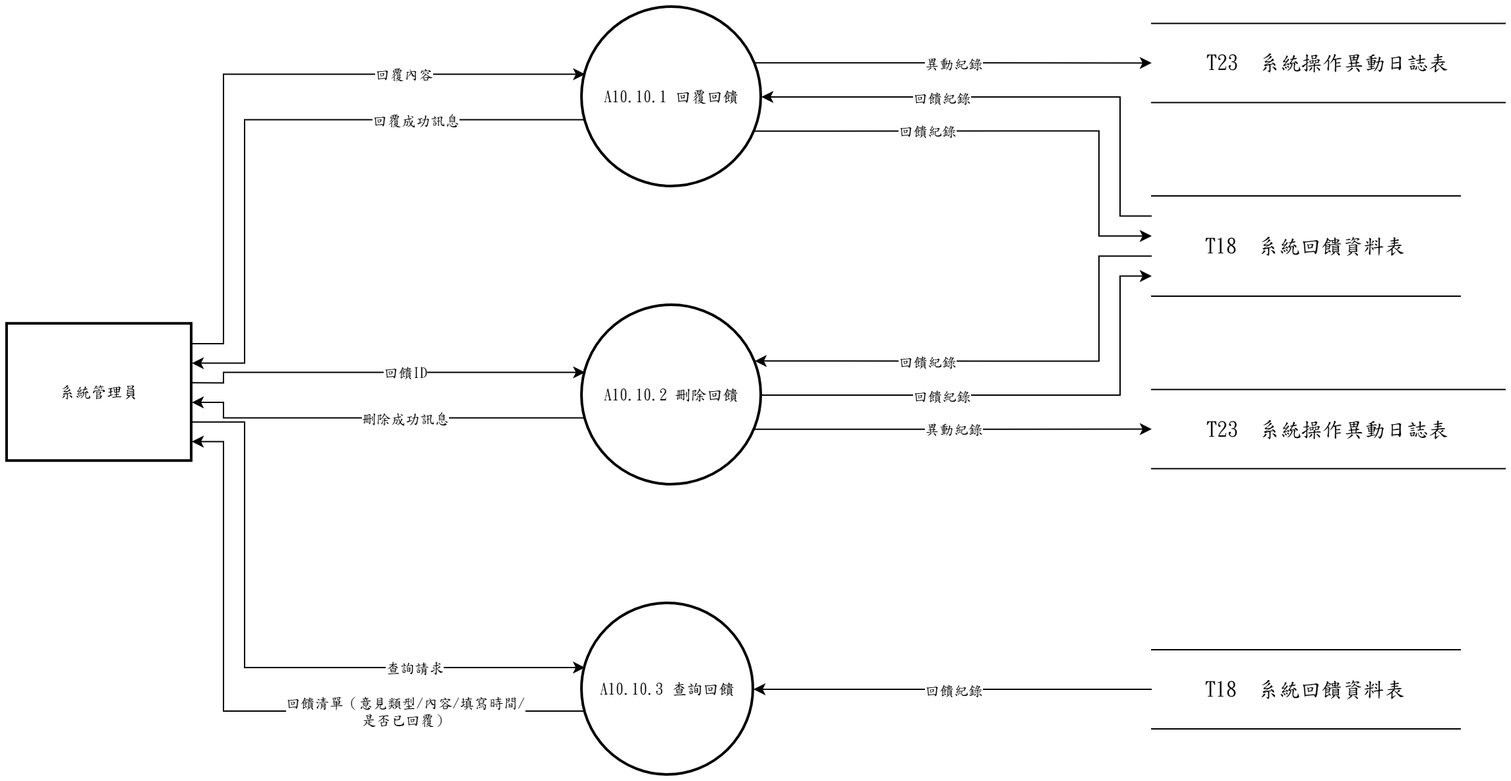
Earlier version of the draw.io export 系統文件/第6章/DFD圖/圖10/新/圖10.10.drawio.png (s22452007/115502). Source tidied: cells renumbered, new cells last; positions are measured from the earlier drawing's top-left corner, leaving out a move shared by most shapes.
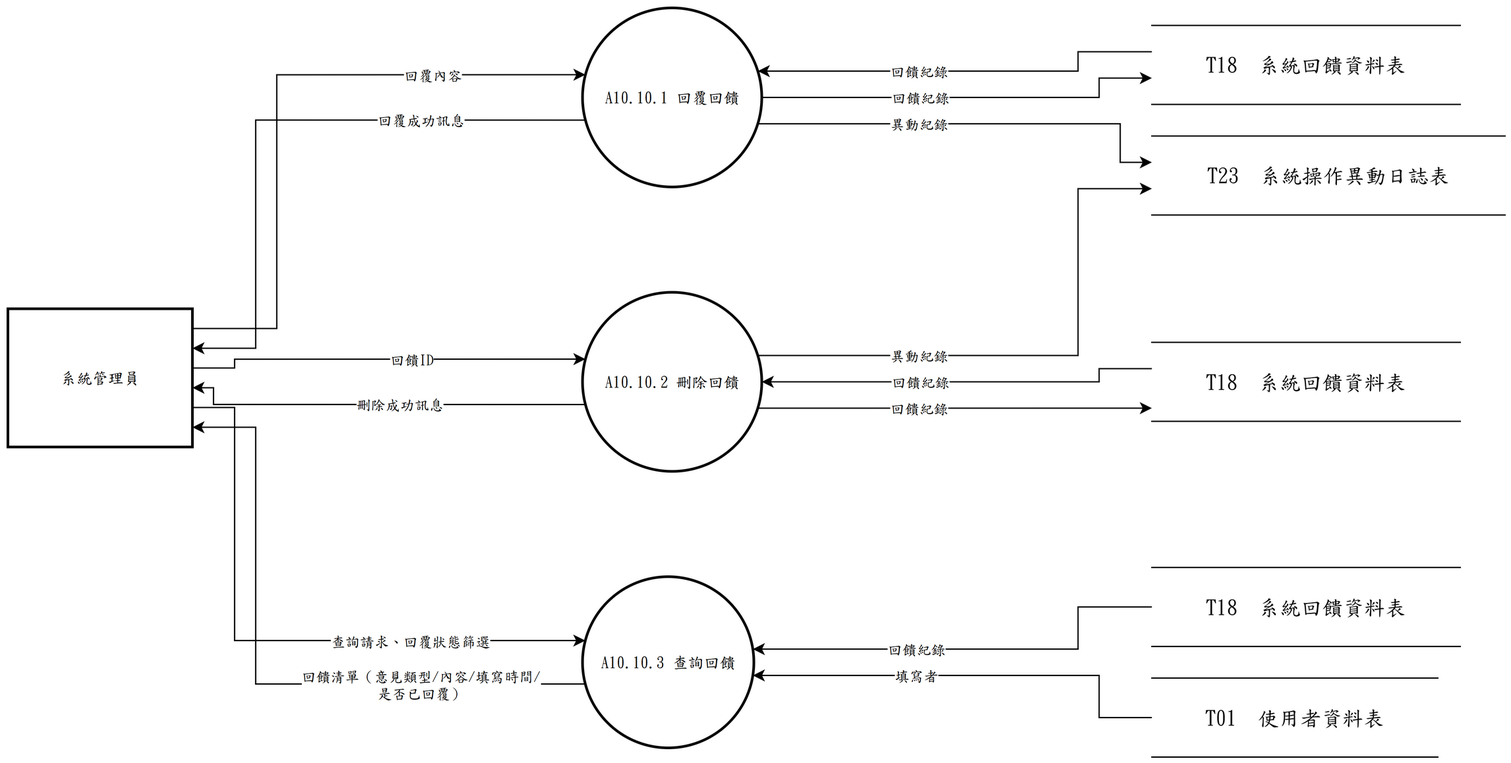
The same diagram one commit later.

Diff of the diagram source:
```diff
@@ -6,153 +6,177 @@
       <mxGeometry x="436" width="136" height="136" as="geometry" />
     </mxCell>
     <mxCell id="3" value="A10.10.2 刪除回饋" style="ellipse;strokeWidth=2;whiteSpace=wrap;html=1;fontFamily=標楷體;" parent="1" vertex="1">
-      <mxGeometry x="436" y="226" width="136" height="136" as="geometry" />
+      <mxGeometry x="436" y="216" width="136" height="136" as="geometry" />
     </mxCell>
     <mxCell id="4" value="A10.10.3 查詢回饋" style="ellipse;strokeWidth=2;whiteSpace=wrap;html=1;fontFamily=標楷體;" parent="1" vertex="1">
-      <mxGeometry x="436" y="452" width="130" height="130" as="geometry" />
+      <mxGeometry x="436" y="432" width="130" height="130" as="geometry" />
     </mxCell>
+    <mxCell id="36" value="T18  系統回饋資料表" style="shape=partialRectangle;whiteSpace=wrap;html=1;left=0;right=0;fontFamily=標楷體;fontSize=16;" parent="1" vertex="1">
+      <mxGeometry x="868" y="13.3" width="234" height="60" as="geometry" />
+    </mxCell>
+    <mxCell id="37" value="T23  系統操作異動日誌表" style="shape=partialRectangle;whiteSpace=wrap;html=1;left=0;right=0;fontFamily=標楷體;fontSize=16;" parent="1" vertex="1">
+      <mxGeometry x="868" y="97.3" width="268" height="60" as="geometry" />
+    </mxCell>
+    <mxCell id="38" value="T18  系統回饋資料表" style="shape=partialRectangle;whiteSpace=wrap;html=1;left=0;right=0;fontFamily=標楷體;fontSize=16;" parent="1" vertex="1">
+      <mxGeometry x="868" y="254" width="234" height="60" as="geometry" />
+    </mxCell>
+    <mxCell id="39" value="T18  系統回饋資料表" style="shape=partialRectangle;whiteSpace=wrap;html=1;left=0;right=0;fontFamily=標楷體;fontSize=16;" parent="1" vertex="1">
+      <mxGeometry x="868" y="425" width="234" height="60" as="geometry" />
+    </mxCell>
+    <mxCell id="40" value="T01  使用者資料表" style="shape=partialRectangle;whiteSpace=wrap;html=1;left=0;right=0;fontFamily=標楷體;fontSize=16;" parent="1" vertex="1">
+      <mxGeometry x="868" y="509" width="217" height="60" as="geometry" />
+    </mxCell>
     <mxCell id="5" value="系統管理員" style="whiteSpace=wrap;strokeWidth=2;html=1;fontFamily=標楷體;" parent="1" vertex="1">
-      <mxGeometry y="240.1" width="140" height="104" as="geometry" />
+      <mxGeometry y="228.5" width="140" height="105" as="geometry" />
     </mxCell>
-    <mxCell id="6" value="T23  系統操作異動日誌表" style="shape=partialRectangle;whiteSpace=wrap;html=1;left=0;right=0;fontFamily=標楷體;fontSize=16;" parent="1" vertex="1">
-      <mxGeometry x="868" y="12.2" width="268" height="60" as="geometry" />
-    </mxCell>
-    <mxCell id="7" value="T18  系統回饋資料表" style="shape=partialRectangle;whiteSpace=wrap;html=1;left=0;right=0;fontFamily=標楷體;fontSize=16;" parent="1" vertex="1">
-      <mxGeometry x="868" y="143" width="234" height="76" as="geometry" />
-    </mxCell>
-    <mxCell id="8" value="T23  系統操作異動日誌表" style="shape=partialRectangle;whiteSpace=wrap;html=1;left=0;right=0;fontFamily=標楷體;fontSize=16;" parent="1" vertex="1">
-      <mxGeometry x="868" y="289.8" width="268" height="60" as="geometry" />
-    </mxCell>
-    <mxCell id="9" value="T18  系統回饋資料表" style="shape=partialRectangle;whiteSpace=wrap;html=1;left=0;right=0;fontFamily=標楷體;fontSize=16;" parent="1" vertex="1">
-      <mxGeometry x="868" y="487" width="234" height="60" as="geometry" />
-    </mxCell>
     <mxCell id="10" style="edgeStyle=none;rounded=0;html=1;fontFamily=標楷體;endArrow=classic;exitX=1.0000;exitY=0.1429;exitDx=0;exitDy=0;exitPerimeter=0;entryX=0.0163;entryY=0.3733;entryDx=0;entryDy=0;entryPerimeter=0;" parent="1" edge="1" source="5" target="2">
       <mxGeometry relative="1" as="geometry">
         <Array as="points">
-          <mxPoint x="164" y="255" />
-          <mxPoint x="164" y="50.8" />
+          <mxPoint x="204" y="243.5" />
+          <mxPoint x="204" y="50.8" />
         </Array>
       </mxGeometry>
     </mxCell>
     <mxCell id="11" value="回覆內容" style="edgeLabel;html=1;align=center;verticalAlign=middle;fontFamily=標楷體;" parent="10" vertex="1">
-      <mxGeometry x="0.45" relative="1" as="geometry" />
+      <mxGeometry x="0.52" relative="1" as="geometry" />
     </mxCell>
-    <mxCell id="12" style="edgeStyle=none;rounded=0;html=1;fontFamily=標楷體;endArrow=classic;exitX=0.0000;exitY=0.2000;exitDx=0;exitDy=0;exitPerimeter=0;entryX=1.0000;entryY=0.5000;entryDx=0;entryDy=0;entryPerimeter=0;" parent="1" edge="1" source="7" target="2">
-      <mxGeometry relative="1" as="geometry">
-        <Array as="points">
-          <mxPoint x="844" y="158.2" />
-          <mxPoint x="844" y="68" />
-        </Array>
-      </mxGeometry>
-    </mxCell>
-    <mxCell id="13" value="回饋紀錄" style="edgeLabel;html=1;align=center;verticalAlign=middle;fontFamily=標楷體;" parent="12" vertex="1">
-      <mxGeometry x="0.3" relative="1" as="geometry" />
-    </mxCell>
     <mxCell id="14" style="edgeStyle=none;rounded=0;html=1;fontFamily=標楷體;endArrow=classic;exitX=0.0163;exitY=0.6267;exitDx=0;exitDy=0;exitPerimeter=0;entryX=1.0000;entryY=0.2857;entryDx=0;entryDy=0;entryPerimeter=0;" parent="1" edge="1" source="2" target="5">
       <mxGeometry relative="1" as="geometry">
         <Array as="points">
-          <mxPoint x="180" y="85.2" />
-          <mxPoint x="180" y="269.8" />
+          <mxPoint x="188" y="85.2" />
+          <mxPoint x="188" y="258.5" />
         </Array>
       </mxGeometry>
     </mxCell>
     <mxCell id="15" value="回覆成功訊息" style="edgeLabel;html=1;align=center;verticalAlign=middle;fontFamily=標楷體;" parent="14" vertex="1">
       <mxGeometry x="-0.47" relative="1" as="geometry" />
     </mxCell>
-    <mxCell id="16" style="edgeStyle=none;rounded=0;html=1;fontFamily=標楷體;endArrow=classic;exitX=0.9625;exitY=0.6900;exitDx=0;exitDy=0;exitPerimeter=0;entryX=0.0000;entryY=0.4000;entryDx=0;entryDy=0;entryPerimeter=0;" parent="1" edge="1" source="2" target="7">
-      <mxGeometry relative="1" as="geometry">
-        <Array as="points">
-          <mxPoint x="828" y="93.8" />
-          <mxPoint x="828" y="173.4" />
-        </Array>
-      </mxGeometry>
-    </mxCell>
-    <mxCell id="17" value="回饋紀錄" style="edgeLabel;html=1;align=center;verticalAlign=middle;fontFamily=標楷體;" parent="16" vertex="1">
-      <mxGeometry x="-0.31" relative="1" as="geometry" />
-    </mxCell>
-    <mxCell id="18" style="edgeStyle=none;rounded=0;html=1;fontFamily=標楷體;endArrow=classic;exitX=0.9625;exitY=0.3100;exitDx=0;exitDy=0;exitPerimeter=0;entryX=0.0000;entryY=0.5000;entryDx=0;entryDy=0;entryPerimeter=0;" parent="1" edge="1" source="2" target="6">
-      <mxGeometry relative="1" as="geometry" />
-    </mxCell>
-    <mxCell id="19" value="異動紀錄" style="edgeLabel;html=1;align=center;verticalAlign=middle;fontFamily=標楷體;" parent="18" vertex="1">
-      <mxGeometry relative="1" as="geometry" />
-    </mxCell>
     <mxCell id="20" style="edgeStyle=none;rounded=0;html=1;fontFamily=標楷體;endArrow=classic;exitX=1.0000;exitY=0.4286;exitDx=0;exitDy=0;exitPerimeter=0;entryX=0.0163;entryY=0.3733;entryDx=0;entryDy=0;entryPerimeter=0;" parent="1" edge="1" source="5" target="3">
       <mxGeometry relative="1" as="geometry">
         <Array as="points">
-          <mxPoint x="164" y="284.7" />
-          <mxPoint x="164" y="276.8" />
+          <mxPoint x="172" y="273.5" />
+          <mxPoint x="172" y="266.8" />
         </Array>
       </mxGeometry>
     </mxCell>
     <mxCell id="21" value="回饋ID" style="edgeLabel;html=1;align=center;verticalAlign=middle;fontFamily=標楷體;" parent="20" vertex="1">
-      <mxGeometry x="0.1" relative="1" as="geometry" />
+      <mxGeometry x="0.13" relative="1" as="geometry" />
     </mxCell>
-    <mxCell id="22" style="edgeStyle=none;rounded=0;html=1;fontFamily=標楷體;endArrow=classic;exitX=0.0000;exitY=0.6000;exitDx=0;exitDy=0;exitPerimeter=0;entryX=0.9625;entryY=0.3100;entryDx=0;entryDy=0;entryPerimeter=0;" parent="1" edge="1" source="7" target="3">
-      <mxGeometry relative="1" as="geometry">
-        <Array as="points">
-          <mxPoint x="828" y="188.6" />
-          <mxPoint x="828" y="268.2" />
-        </Array>
-      </mxGeometry>
-    </mxCell>
-    <mxCell id="23" value="回饋紀錄" style="edgeLabel;html=1;align=center;verticalAlign=middle;fontFamily=標楷體;" parent="22" vertex="1">
-      <mxGeometry x="0.31" relative="1" as="geometry" />
-    </mxCell>
     <mxCell id="24" style="edgeStyle=none;rounded=0;html=1;fontFamily=標楷體;endArrow=classic;exitX=0.0163;exitY=0.6267;exitDx=0;exitDy=0;exitPerimeter=0;entryX=1.0000;entryY=0.5714;entryDx=0;entryDy=0;entryPerimeter=0;" parent="1" edge="1" source="3" target="5">
       <mxGeometry relative="1" as="geometry">
         <Array as="points">
-          <mxPoint x="164" y="311.2" />
-          <mxPoint x="164" y="299.5" />
+          <mxPoint x="156" y="301.2" />
+          <mxPoint x="156" y="288.5" />
         </Array>
       </mxGeometry>
     </mxCell>
     <mxCell id="25" value="刪除成功訊息" style="edgeLabel;html=1;align=center;verticalAlign=middle;fontFamily=標楷體;" parent="24" vertex="1">
-      <mxGeometry x="-0.12" relative="1" as="geometry" />
+      <mxGeometry x="-0.09" relative="1" as="geometry" />
     </mxCell>
-    <mxCell id="26" style="edgeStyle=none;rounded=0;html=1;fontFamily=標楷體;endArrow=classic;exitX=1.0000;exitY=0.5000;exitDx=0;exitDy=0;exitPerimeter=0;entryX=0.0000;entryY=0.8000;entryDx=0;entryDy=0;entryPerimeter=0;" parent="1" edge="1" source="3" target="7">
-      <mxGeometry relative="1" as="geometry">
-        <Array as="points">
-          <mxPoint x="844" y="294" />
-          <mxPoint x="844" y="203.8" />
-        </Array>
-      </mxGeometry>
-    </mxCell>
-    <mxCell id="27" value="回饋紀錄" style="edgeLabel;html=1;align=center;verticalAlign=middle;fontFamily=標楷體;" parent="26" vertex="1">
-      <mxGeometry x="-0.3" relative="1" as="geometry" />
-    </mxCell>
-    <mxCell id="28" style="edgeStyle=none;rounded=0;html=1;fontFamily=標楷體;endArrow=classic;exitX=0.9625;exitY=0.6900;exitDx=0;exitDy=0;exitPerimeter=0;entryX=0.0000;entryY=0.5000;entryDx=0;entryDy=0;entryPerimeter=0;" parent="1" edge="1" source="3" target="8">
-      <mxGeometry relative="1" as="geometry" />
-    </mxCell>
-    <mxCell id="29" value="異動紀錄" style="edgeLabel;html=1;align=center;verticalAlign=middle;fontFamily=標楷體;" parent="28" vertex="1">
-      <mxGeometry relative="1" as="geometry" />
-    </mxCell>
     <mxCell id="30" style="edgeStyle=none;rounded=0;html=1;fontFamily=標楷體;endArrow=classic;exitX=1.0000;exitY=0.7143;exitDx=0;exitDy=0;exitPerimeter=0;entryX=0.0163;entryY=0.3733;entryDx=0;entryDy=0;entryPerimeter=0;" parent="1" edge="1" source="5" target="4">
       <mxGeometry relative="1" as="geometry">
         <Array as="points">
-          <mxPoint x="180" y="314.4" />
-          <mxPoint x="180" y="500.5" />
+          <mxPoint x="172" y="303.5" />
+          <mxPoint x="172" y="480.5" />
         </Array>
       </mxGeometry>
     </mxCell>
-    <mxCell id="31" value="查詢請求" style="edgeLabel;html=1;align=center;verticalAlign=middle;fontFamily=標楷體;" parent="30" vertex="1">
-      <mxGeometry x="0.47" relative="1" as="geometry" />
-    </mxCell>
-    <mxCell id="32" style="edgeStyle=none;rounded=0;html=1;fontFamily=標楷體;endArrow=classic;exitX=0.0000;exitY=0.5000;exitDx=0;exitDy=0;exitPerimeter=0;entryX=1.0000;entryY=0.5000;entryDx=0;entryDy=0;entryPerimeter=0;" parent="1" edge="1" source="9" target="4">
-      <mxGeometry relative="1" as="geometry" />
-    </mxCell>
-    <mxCell id="33" value="回饋紀錄" style="edgeLabel;html=1;align=center;verticalAlign=middle;fontFamily=標楷體;" parent="32" vertex="1">
-      <mxGeometry relative="1" as="geometry" />
-    </mxCell>
+    <mxCell id="41" value="查詢請求、回覆狀態篩選" style="edgeLabel;html=1;align=center;verticalAlign=middle;fontFamily=標楷體;" parent="30" vertex="1">
+      <mxGeometry x="0.44" relative="1" as="geometry" />
+    </mxCell>
     <mxCell id="34" style="edgeStyle=none;rounded=0;html=1;fontFamily=標楷體;endArrow=classic;exitX=0.0163;exitY=0.6267;exitDx=0;exitDy=0;exitPerimeter=0;entryX=1.0000;entryY=0.8571;entryDx=0;entryDy=0;entryPerimeter=0;" parent="1" edge="1" source="4" target="5">
       <mxGeometry relative="1" as="geometry">
         <Array as="points">
-          <mxPoint x="164" y="533.5" />
-          <mxPoint x="164" y="329.3" />
+          <mxPoint x="188" y="513.5" />
+          <mxPoint x="188" y="318.5" />
         </Array>
       </mxGeometry>
     </mxCell>
     <mxCell id="35" value="回饋清單（意見類型/內容/填寫時間/&lt;br&gt;是否已回覆）" style="edgeLabel;html=1;align=center;verticalAlign=middle;fontFamily=標楷體;" parent="34" vertex="1">
-      <mxGeometry x="-0.45" relative="1" as="geometry" />
+      <mxGeometry x="-0.49" relative="1" as="geometry" />
     </mxCell>
+    <mxCell id="42" style="edgeStyle=none;rounded=0;html=1;fontFamily=標楷體;endArrow=classic;exitX=0.0000;exitY=0.3333;exitDx=0;exitDy=0;exitPerimeter=0;entryX=0.9779;entryY=0.3529;entryDx=0;entryDy=0;entryPerimeter=0;" parent="1" edge="1" source="36" target="2">
+      <mxGeometry relative="1" as="geometry">
+        <Array as="points">
+          <mxPoint x="812" y="33.3" />
+          <mxPoint x="812" y="48" />
+        </Array>
+      </mxGeometry>
+    </mxCell>
+    <mxCell id="43" value="回饋紀錄" style="edgeLabel;html=1;align=center;verticalAlign=middle;fontFamily=標楷體;" parent="42" vertex="1">
+      <mxGeometry x="0.23" relative="1" as="geometry" />
+    </mxCell>
+    <mxCell id="44" style="edgeStyle=none;rounded=0;html=1;fontFamily=標楷體;endArrow=classic;exitX=1.0000;exitY=0.5000;exitDx=0;exitDy=0;exitPerimeter=0;entryX=0.0000;entryY=0.6667;entryDx=0;entryDy=0;entryPerimeter=0;" parent="1" edge="1" source="2" target="36">
+      <mxGeometry relative="1" as="geometry">
+        <Array as="points">
+          <mxPoint x="828" y="68" />
+          <mxPoint x="828" y="53.3" />
+        </Array>
+      </mxGeometry>
+    </mxCell>
+    <mxCell id="45" value="回饋紀錄" style="edgeLabel;html=1;align=center;verticalAlign=middle;fontFamily=標楷體;" parent="44" vertex="1">
+      <mxGeometry x="-0.23" relative="1" as="geometry" />
+    </mxCell>
+    <mxCell id="46" style="edgeStyle=none;rounded=0;html=1;fontFamily=標楷體;endArrow=classic;exitX=0.9779;exitY=0.6471;exitDx=0;exitDy=0;exitPerimeter=0;entryX=0.0000;entryY=0.3333;entryDx=0;entryDy=0;entryPerimeter=0;" parent="1" edge="1" source="2" target="37">
+      <mxGeometry relative="1" as="geometry">
+        <Array as="points">
+          <mxPoint x="844" y="88" />
+          <mxPoint x="844" y="117.3" />
+        </Array>
+      </mxGeometry>
+    </mxCell>
+    <mxCell id="47" value="異動紀錄" style="edgeLabel;html=1;align=center;verticalAlign=middle;fontFamily=標楷體;" parent="46" vertex="1">
+      <mxGeometry x="-0.26" relative="1" as="geometry" />
+    </mxCell>
+    <mxCell id="48" style="edgeStyle=none;rounded=0;html=1;fontFamily=標楷體;endArrow=classic;exitX=0.9779;exitY=0.3529;exitDx=0;exitDy=0;exitPerimeter=0;entryX=0.0000;entryY=0.6667;entryDx=0;entryDy=0;entryPerimeter=0;" parent="1" edge="1" source="3" target="37">
+      <mxGeometry relative="1" as="geometry">
+        <Array as="points">
+          <mxPoint x="812" y="264" />
+          <mxPoint x="812" y="137.3" />
+        </Array>
+      </mxGeometry>
+    </mxCell>
+    <mxCell id="49" value="異動紀錄" style="edgeLabel;html=1;align=center;verticalAlign=middle;fontFamily=標楷體;" parent="48" vertex="1">
+      <mxGeometry x="-0.43" relative="1" as="geometry" />
+    </mxCell>
+    <mxCell id="50" style="edgeStyle=none;rounded=0;html=1;fontFamily=標楷體;endArrow=classic;exitX=0.0000;exitY=0.3333;exitDx=0;exitDy=0;exitPerimeter=0;entryX=1.0000;entryY=0.5000;entryDx=0;entryDy=0;entryPerimeter=0;" parent="1" edge="1" source="38" target="3">
+      <mxGeometry relative="1" as="geometry">
+        <Array as="points">
+          <mxPoint x="828" y="274" />
+          <mxPoint x="828" y="284" />
+        </Array>
+      </mxGeometry>
+    </mxCell>
+    <mxCell id="51" value="回饋紀錄" style="edgeLabel;html=1;align=center;verticalAlign=middle;fontFamily=標楷體;" parent="50" vertex="1">
+      <mxGeometry x="0.22" relative="1" as="geometry" />
+    </mxCell>
+    <mxCell id="52" style="edgeStyle=none;rounded=0;html=1;fontFamily=標楷體;endArrow=classic;exitX=0.9779;exitY=0.6471;exitDx=0;exitDy=0;exitPerimeter=0;entryX=0.0000;entryY=0.8333;entryDx=0;entryDy=0;entryPerimeter=0;" parent="1" edge="1" source="3" target="38">
+      <mxGeometry relative="1" as="geometry" />
+    </mxCell>
+    <mxCell id="53" value="回饋紀錄" style="edgeLabel;html=1;align=center;verticalAlign=middle;fontFamily=標楷體;" parent="52" vertex="1">
+      <mxGeometry x="-0.19" relative="1" as="geometry" />
+    </mxCell>
+    <mxCell id="54" style="edgeStyle=none;rounded=0;html=1;fontFamily=標楷體;endArrow=classic;exitX=0.0000;exitY=0.5000;exitDx=0;exitDy=0;exitPerimeter=0;entryX=0.9940;entryY=0.4231;entryDx=0;entryDy=0;entryPerimeter=0;" parent="1" edge="1" source="39" target="4">
+      <mxGeometry relative="1" as="geometry">
+        <Array as="points">
+          <mxPoint x="812" y="455" />
+          <mxPoint x="812" y="487" />
+        </Array>
+      </mxGeometry>
+    </mxCell>
+    <mxCell id="55" value="回饋紀錄" style="edgeLabel;html=1;align=center;verticalAlign=middle;fontFamily=標楷體;" parent="54" vertex="1">
+      <mxGeometry x="0.26" relative="1" as="geometry" />
+    </mxCell>
+    <mxCell id="56" style="edgeStyle=none;rounded=0;html=1;fontFamily=標楷體;endArrow=classic;exitX=0.0000;exitY=0.5000;exitDx=0;exitDy=0;exitPerimeter=0;entryX=0.9940;entryY=0.5769;entryDx=0;entryDy=0;entryPerimeter=0;" parent="1" edge="1" source="40" target="4">
+      <mxGeometry relative="1" as="geometry">
+        <Array as="points">
+          <mxPoint x="828" y="539" />
+          <mxPoint x="828" y="507" />
+        </Array>
+      </mxGeometry>
+    </mxCell>
+    <mxCell id="57" value="填寫者" style="edgeLabel;html=1;align=center;verticalAlign=middle;fontFamily=標楷體;" parent="56" vertex="1">
+      <mxGeometry x="0.26" relative="1" as="geometry" />
+    </mxCell>
   </root>
 </mxGraphModel>
```
